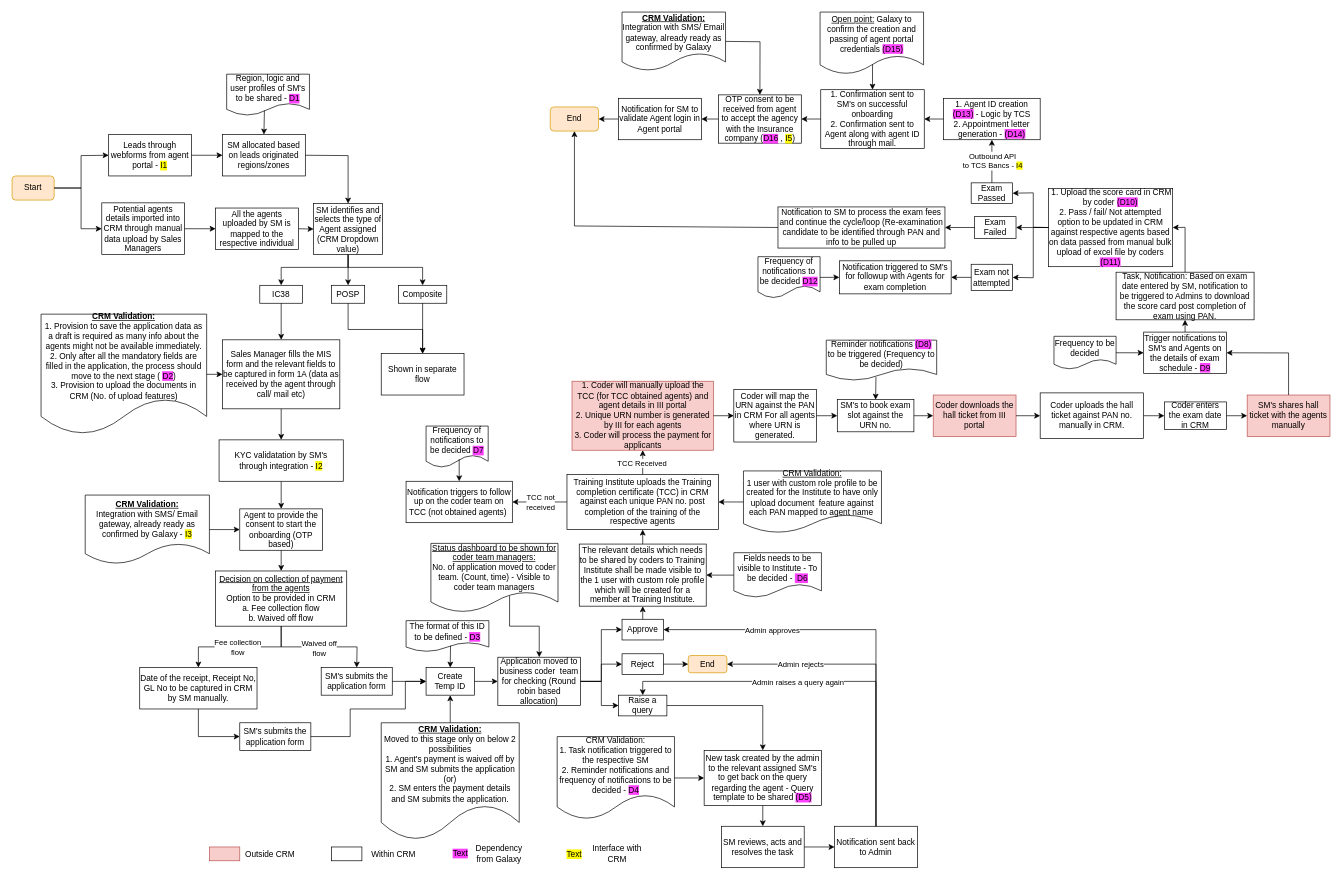
shaileshsreedar/Galaxy keeps this draw.io diagram as Agent Onboarding IC38.drawio. Above is the earlier version. Source tidied: cells renumbered, new cells numbered last; positions are measured from the earlier drawing's top-left corner, leaving out a move shared by most shapes. Both pictures are drawn from the tidied source at 69%, with x=0, y=0 at pixel (12, 12).
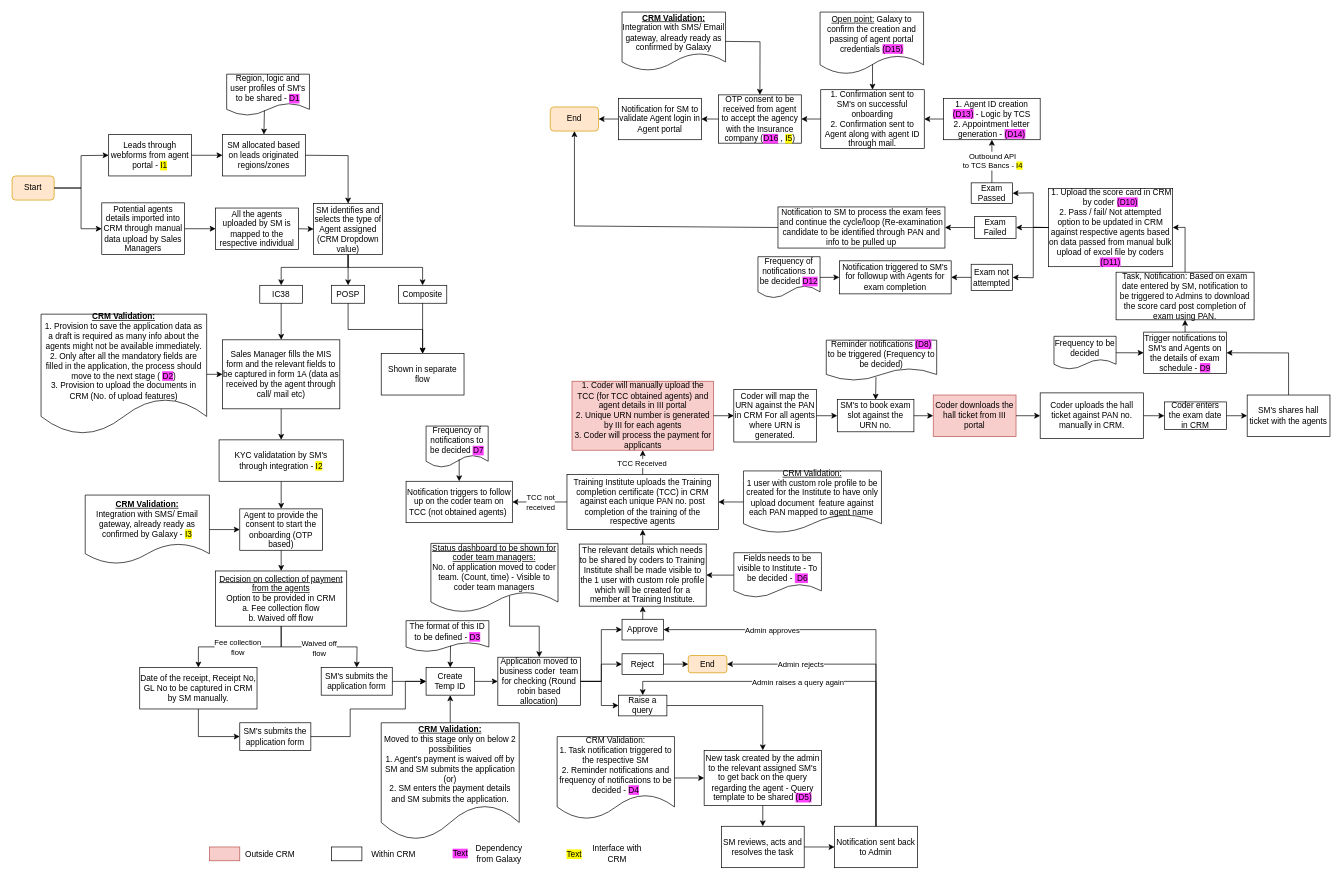
The same page after the edit.

The edit, as a diff of the source:
```diff
@@
-    <mxCell id="148" value="SM's shares hall ticket with the agents manually" style="rounded=0;whiteSpace=wrap;html=1;fillColor=#f8cecc;strokeColor=#b85450;" parent="1" vertex="1">
+    <mxCell id="148" value="SM's shares hall ticket with the agents" style="rounded=0;whiteSpace=wrap;html=1;" parent="1" vertex="1">
       <mxGeometry x="1790" y="555" width="120" height="60" as="geometry" />
     </mxCell>
```
